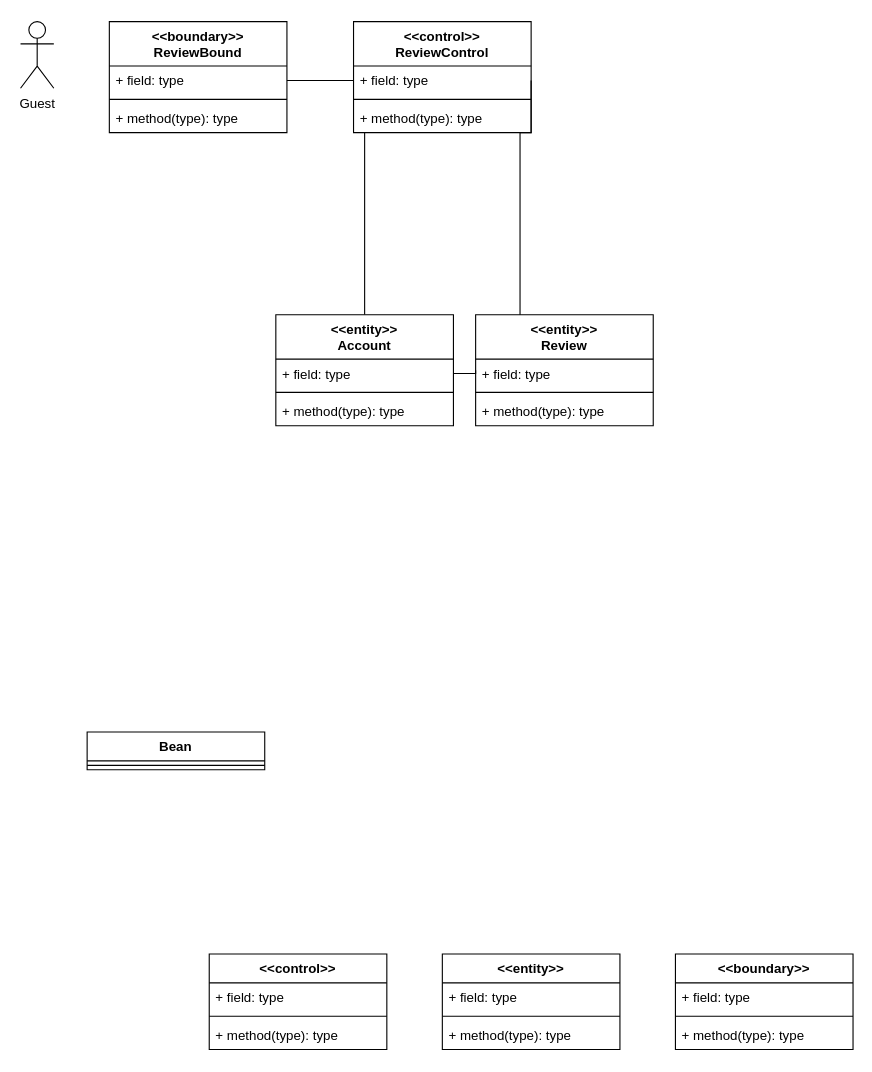
nic-agos/DoveStudi keeps this draw.io diagram as Docs/VoPC/VoPC ReviewHost.drawio. Above is the earlier version. Source tidied: cells renumbered, new cells numbered last; positions are measured from the earlier drawing's top-left corner, leaving out a move shared by most shapes. Both pictures are drawn from the tidied source at 111%, with x=0, y=0 at pixel (20, 21).
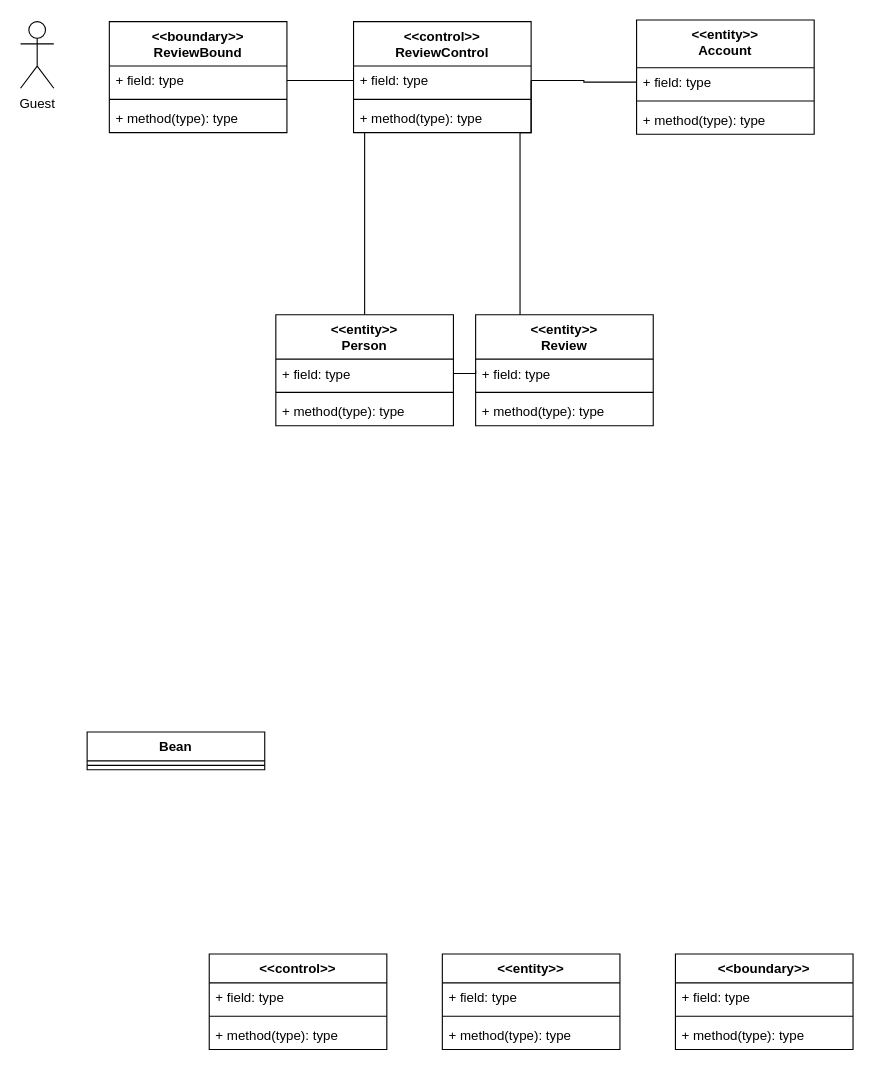
Above is the later version.

The change refers to these unchanged cells:
```xml
<mxCell id="22" value="+ field: type" style="text;strokeColor=none;fillColor=none;align=left;verticalAlign=top;spacingLeft=4;spacingRight=4;overflow=hidden;points=[[0,0.5],[1,0.5]];portConstraint=eastwest;" parent="21" vertex="1">
  <mxGeometry y="40" width="160" height="26" as="geometry" />
</mxCell>
```

Change to the diagram source:
```diff
@@
-    <mxCell id="30" value="&lt;&lt;entity&gt;&gt;&#10;Account" style="swimlane;fontStyle=1;align=center;verticalAlign=top;horizontal=1;startSize=40;" parent="1" vertex="1">
+    <mxCell id="30" value="&lt;&lt;entity&gt;&gt;&#10;Person" style="swimlane;fontStyle=1;align=center;verticalAlign=top;horizontal=1;startSize=40;" parent="1" vertex="1">
       <mxGeometry x="230" y="264" width="160" height="100" as="geometry" />
     </mxCell>
@@
+    <mxCell id="37" value="&lt;&lt;entity&gt;&gt;&#10;Account" style="swimlane;fontStyle=1;align=center;verticalAlign=top;horizontal=1;startSize=43;" parent="1" vertex="1">
+      <mxGeometry x="555" y="-1.5" width="160" height="103" as="geometry" />
+    </mxCell>
+    <mxCell id="38" value="+ field: type" style="text;strokeColor=none;fillColor=none;align=left;verticalAlign=top;spacingLeft=4;spacingRight=4;overflow=hidden;points=[[0,0.5],[1,0.5]];portConstraint=eastwest;" parent="37" vertex="1">
+      <mxGeometry y="43" width="160" height="26" as="geometry" />
+    </mxCell>
+    <mxCell id="39" style="line;strokeWidth=1;fillColor=none;align=left;verticalAlign=middle;spacingTop=-1;spacingLeft=3;spacingRight=3;labelPosition=right;" parent="37" vertex="1">
+      <mxGeometry y="69" width="160" height="8" as="geometry" />
+    </mxCell>
+    <mxCell id="40" value="+ method(type): type" style="text;strokeColor=none;fillColor=none;align=left;verticalAlign=top;spacingLeft=4;spacingRight=4;overflow=hidden;" parent="37" vertex="1">
+      <mxGeometry y="77" width="160" height="26" as="geometry" />
+    </mxCell>
+    <mxCell id="41" style="edgeStyle=orthogonalEdgeStyle;rounded=0;jettySize=auto;html=1;exitX=1;exitY=0.5;exitDx=0;exitDy=0;endArrow=none;endFill=0;" parent="1" edge="1" source="22" target="38">
+      <mxGeometry relative="1" as="geometry" />
+    </mxCell>
```
